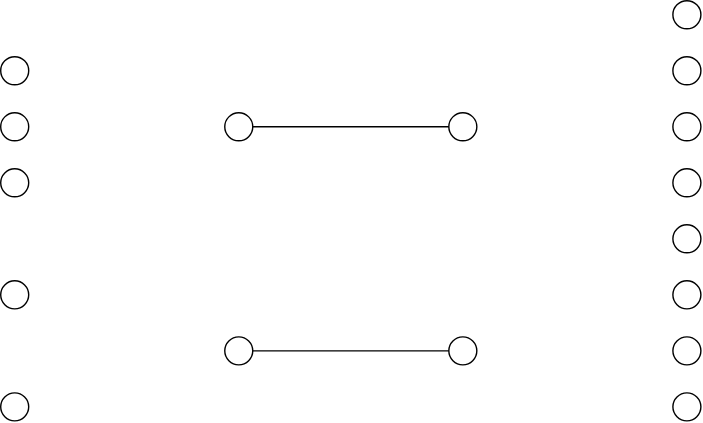
The draw.io diagram docs/content/diagrams/flow.svg in dxos/dxos, before a commit. Source tidied: cells renumbered, new cells last; positions are measured from the earlier drawing's top-left corner, leaving out a move shared by most shapes.
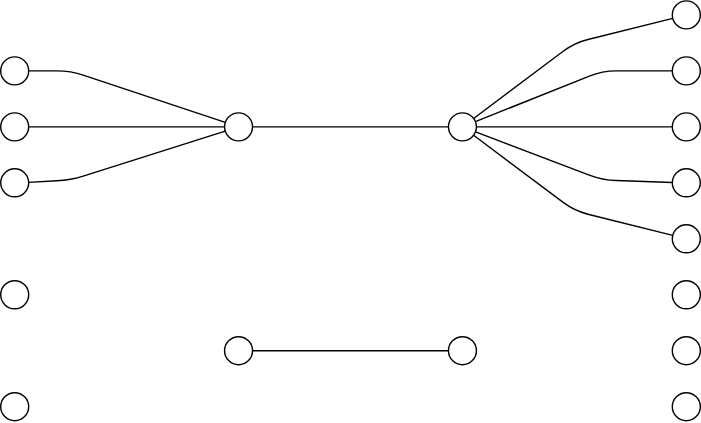
The same file after the commit.

Change to the diagram source:
```diff
@@ -8,12 +8,18 @@
     <mxCell id="3" style="ellipse;whiteSpace=wrap;html=1;" parent="1" vertex="1">
       <mxGeometry y="40" width="20" height="20" as="geometry" />
     </mxCell>
+    <mxCell id="21" style="edgeStyle=orthogonalEdgeStyle;curved=1;jettySize=auto;html=1;exitX=1;exitY=0.5;exitDx=0;exitDy=0;endArrow=none;endFill=0;" parent="1" edge="1" source="4" target="2">
+      <mxGeometry relative="1" as="geometry" />
+    </mxCell>
     <mxCell id="4" style="ellipse;whiteSpace=wrap;html=1;" parent="1" vertex="1">
       <mxGeometry y="80" width="20" height="20" as="geometry" />
     </mxCell>
     <mxCell id="5" style="ellipse;whiteSpace=wrap;html=1;" parent="1" vertex="1">
       <mxGeometry y="120" width="20" height="20" as="geometry" />
     </mxCell>
+    <mxCell id="22" style="edgeStyle=orthogonalEdgeStyle;curved=1;jettySize=auto;html=1;exitX=1;exitY=0.5;exitDx=0;exitDy=0;endArrow=none;endFill=0;" parent="1" edge="1" source="6" target="7">
+      <mxGeometry relative="1" as="geometry" />
+    </mxCell>
     <mxCell id="6" style="ellipse;whiteSpace=wrap;html=1;" parent="1" vertex="1">
       <mxGeometry x="320" y="80" width="20" height="20" as="geometry" />
     </mxCell>
@@ -59,5 +65,47 @@
     <mxCell id="20" style="endArrow=none;html=1;" parent="1" edge="1" source="6" target="2">
       <mxGeometry relative="1" as="geometry" />
     </mxCell>
+    <mxCell id="23" style="endArrow=none;html=1;" parent="1" edge="1" source="2" target="3">
+      <mxGeometry relative="1" as="geometry">
+        <Array as="points">
+          <mxPoint x="50" y="50" />
+        </Array>
+      </mxGeometry>
+    </mxCell>
+    <mxCell id="24" style="endArrow=none;html=1;" parent="1" edge="1" source="5" target="2">
+      <mxGeometry relative="1" as="geometry">
+        <Array as="points">
+          <mxPoint x="50" y="128" />
+        </Array>
+      </mxGeometry>
+    </mxCell>
+    <mxCell id="25" style="endArrow=none;html=1;" parent="1" edge="1" source="6" target="9">
+      <mxGeometry relative="1" as="geometry">
+        <Array as="points">
+          <mxPoint x="410" y="30" />
+        </Array>
+      </mxGeometry>
+    </mxCell>
+    <mxCell id="26" style="endArrow=none;html=1;" parent="1" edge="1" source="6" target="8">
+      <mxGeometry relative="1" as="geometry">
+        <Array as="points">
+          <mxPoint x="430" y="50" />
+        </Array>
+      </mxGeometry>
+    </mxCell>
+    <mxCell id="27" style="endArrow=none;html=1;" parent="1" edge="1" source="6" target="10">
+      <mxGeometry relative="1" as="geometry">
+        <Array as="points">
+          <mxPoint x="430" y="128" />
+        </Array>
+      </mxGeometry>
+    </mxCell>
+    <mxCell id="28" style="endArrow=none;html=1;" parent="1" edge="1" source="6" target="11">
+      <mxGeometry relative="1" as="geometry">
+        <Array as="points">
+          <mxPoint x="410" y="150" />
+        </Array>
+      </mxGeometry>
+    </mxCell>
   </root>
 </mxGraphModel>
```
